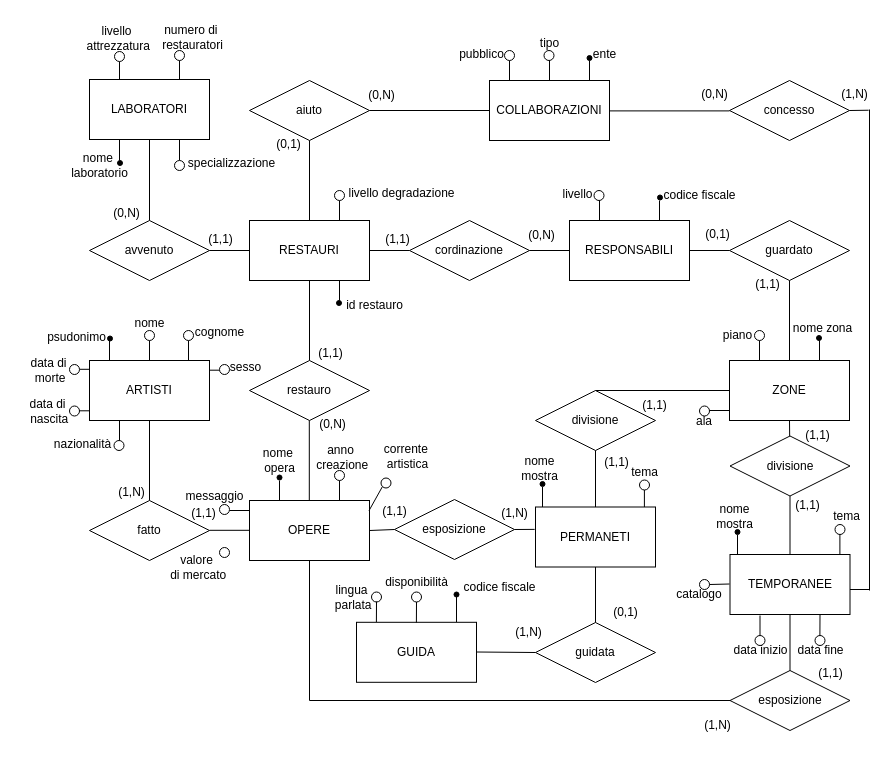
Above: doc/museo-ristrutturato.drawio in ColdBerri/Database-Unipd-2025 (draw.io), before the change. Source tidied: cells renumbered, new cells numbered last; positions are measured from the earlier drawing's top-left corner, leaving out a move shared by most shapes. Both pictures are drawn from the tidied source at 100%, with x=0, y=0 at pixel (17, 17).
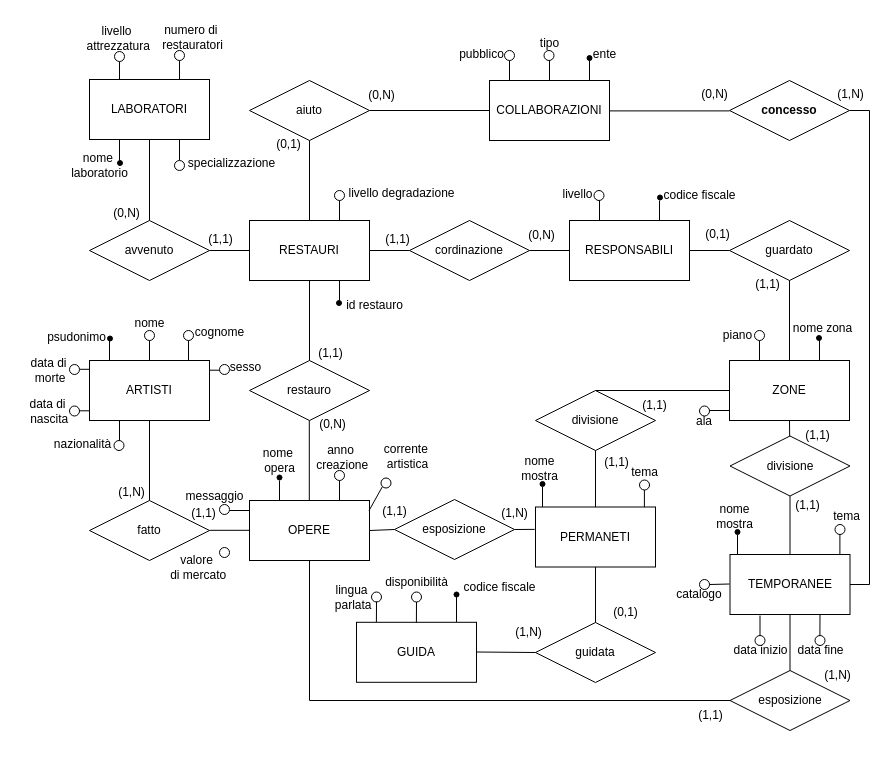
After the change.

Unchanged cells that the change refers to:
```xml
<mxCell id="18" value="TEMPORANEE" style="rounded=0;whiteSpace=wrap;html=1;" parent="1" vertex="1">
  <mxGeometry x="712.5" y="537" width="120" height="60" as="geometry" />
</mxCell>
```

Diff of the diagram source:
```diff
@@
-    <mxCell id="17" value="concesso" style="shape=rhombus;perimeter=rhombusPerimeter;whiteSpace=wrap;html=1;align=center;" parent="1" vertex="1">
+    <mxCell id="17" value="concesso" style="shape=rhombus;perimeter=rhombusPerimeter;whiteSpace=wrap;html=1;align=center;fontStyle=1;" parent="1" vertex="1">
       <mxGeometry x="712" y="63" width="120" height="60" as="geometry" />
     </mxCell>
@@
-    <mxCell id="19" style="endArrow=none;html=1;rounded=0;exitX=1;exitY=0.5;exitDx=0;exitDy=0;entryX=0.783;entryY=1.024;entryDx=0;entryDy=0;entryPerimeter=0;" parent="1" edge="1" source="17" target="121">
-      <mxGeometry relative="1" as="geometry" />
+    <mxCell id="19" style="endArrow=none;html=1;rounded=0;exitX=1;exitY=0.5;exitDx=0;exitDy=0;" parent="1" edge="1" source="17">
+      <mxGeometry relative="1" as="geometry">
+        <mxPoint x="852" y="93" as="targetPoint" />
+      </mxGeometry>
     </mxCell>
@@
     <mxCell id="121" value="(1,N)" style="text;html=1;align=center;verticalAlign=middle;points=[];strokeColor=none;fillColor=none;" parent="1" vertex="1">
-      <mxGeometry x="812" y="62" width="50" height="30" as="geometry" />
+      <mxGeometry x="807.5" y="62" width="50" height="30" as="geometry" />
     </mxCell>
@@
     <mxCell id="137" value="(1,1)" style="text;html=1;align=center;verticalAlign=middle;strokeColor=none;fillColor=none;" parent="1" vertex="1">
-      <mxGeometry x="787.5" y="641" width="50" height="30" as="geometry" />
+      <mxGeometry x="667.5" y="683" width="50" height="30" as="geometry" />
     </mxCell>
@@
-    <mxCell id="143" style="endArrow=none;html=1;rounded=0;" parent="1" edge="1">
-      <mxGeometry relative="1" as="geometry">
-        <mxPoint x="832.5" y="572" as="sourcePoint" />
-        <mxPoint x="852" y="572" as="targetPoint" />
-      </mxGeometry>
-    </mxCell>
-    <mxCell id="144" style="endArrow=none;html=1;rounded=0;" parent="1" edge="1">
+    <mxCell id="144" style="endArrow=none;html=1;rounded=0;exitX=1;exitY=0.5;exitDx=0;exitDy=0;" parent="1" edge="1" source="18">
       <mxGeometry relative="1" as="geometry">
-        <mxPoint x="852" y="573" as="sourcePoint" />
-        <mxPoint x="852" y="92" as="targetPoint" />
+        <mxPoint x="852" y="93" as="targetPoint" />
+        <Array as="points">
+          <mxPoint x="852" y="567" />
+        </Array>
       </mxGeometry>
     </mxCell>
@@
     <mxCell id="180" value="(1,N)" style="text;html=1;align=center;verticalAlign=middle;strokeColor=none;fillColor=none;" parent="1" vertex="1">
-      <mxGeometry x="675" y="693" width="50" height="30" as="geometry" />
+      <mxGeometry x="794.5" y="643" width="50" height="30" as="geometry" />
     </mxCell>
```
